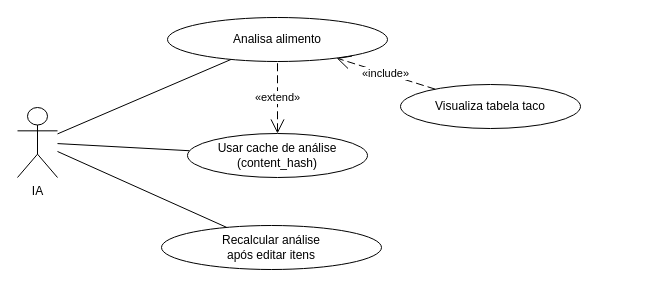
Before: page "IA" (4 of 4) of frontend/CasosDeUso.drawio in israelhub/JacalorIA-CONTADOR-DE-CALORIAS, a draw.io diagram. Source tidied: cells renumbered, new cells numbered last; positions are measured from the earlier drawing's top-left corner, leaving out a move shared by most shapes. Both pictures are drawn from the tidied source at 100%, with x=0, y=0 at pixel (17, 17).
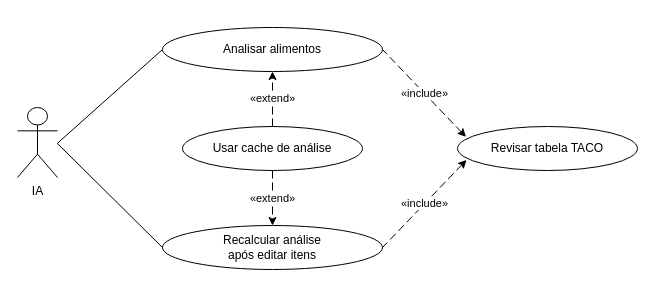
After the change.

Diff of the diagram source:
```diff
@@
 <mxGraphModel>
   <root>
     <mxCell id="0" />
     <mxCell id="1" parent="0" />
     <mxCell id="2" value="IA" style="shape=umlActor;verticalLabelPosition=bottom;verticalAlign=top;html=1;outlineConnect=0;" parent="1" vertex="1">
       <mxGeometry y="90" width="40" height="70" as="geometry" />
     </mxCell>
-    <mxCell id="3" style="endArrow=none;html=1;rounded=0;strokeWidth=1;" parent="1" edge="1" source="2" target="7">
-      <mxGeometry relative="1" as="geometry" />
+    <mxCell id="3" style="endArrow=none;html=1;rounded=0;strokeWidth=1;entryX=0;entryY=0.5;entryDx=0;entryDy=0;" parent="1" edge="1" target="7">
+      <mxGeometry relative="1" as="geometry">
+        <mxPoint x="39.8" y="125.9" as="sourcePoint" />
+      </mxGeometry>
     </mxCell>
-    <mxCell id="4" style="endArrow=none;html=1;rounded=0;strokeWidth=1;" parent="1" edge="1" source="2" target="8">
-      <mxGeometry relative="1" as="geometry" />
-    </mxCell>
-    <mxCell id="5" style="endArrow=none;html=1;rounded=0;strokeWidth=1;" parent="1" edge="1" source="2" target="9">
-      <mxGeometry relative="1" as="geometry" />
+    <mxCell id="5" style="endArrow=none;html=1;rounded=0;strokeWidth=1;entryX=0;entryY=0.5;entryDx=0;entryDy=0;" parent="1" edge="1" target="9">
+      <mxGeometry relative="1" as="geometry">
+        <mxPoint x="39.8" y="125.9" as="sourcePoint" />
+      </mxGeometry>
     </mxCell>
-    <mxCell id="6" value="«extend»" style="startArrow=open;html=1;startSize=12;endArrow=none;dashed=1;dashPattern=8 4;rounded=0;" parent="1" edge="1" source="8" target="7">
+    <mxCell id="6" value="«extend»" style="startArrow=none;html=1;startSize=12;endArrow=classic;dashed=1;dashPattern=8 4;rounded=0;startFill=0;endFill=1;entryX=0.5;entryY=1;entryDx=0;entryDy=0;" parent="1" edge="1" source="8" target="7">
       <mxGeometry relative="1" as="geometry" />
     </mxCell>
-    <mxCell id="7" value="Analisa alimento" style="ellipse;whiteSpace=wrap;html=1;" parent="1" vertex="1">
-      <mxGeometry x="150" width="220" height="44" as="geometry" />
+    <mxCell id="7" value="Analisar alimentos" style="ellipse;whiteSpace=wrap;html=1;" parent="1" vertex="1">
+      <mxGeometry x="145" y="10" width="220" height="44" as="geometry" />
     </mxCell>
-    <mxCell id="8" value="Usar cache de análise&#10;(content_hash)" style="ellipse;whiteSpace=wrap;html=1;" parent="1" vertex="1">
-      <mxGeometry x="170" y="116" width="180" height="44" as="geometry" />
+    <mxCell id="8" value="Usar cache de análise" style="ellipse;whiteSpace=wrap;html=1;" parent="1" vertex="1">
+      <mxGeometry x="165" y="109" width="180" height="44" as="geometry" />
     </mxCell>
     <mxCell id="9" value="Recalcular análise&#10;após editar itens" style="ellipse;whiteSpace=wrap;html=1;" parent="1" vertex="1">
-      <mxGeometry x="144" y="208" width="220" height="44" as="geometry" />
+      <mxGeometry x="145" y="208" width="220" height="44" as="geometry" />
     </mxCell>
-    <mxCell id="10" value="Visualiza tabela taco" style="ellipse;whiteSpace=wrap;html=1;" parent="1" vertex="1">
-      <mxGeometry x="383" y="67" width="180" height="44" as="geometry" />
+    <mxCell id="10" value="Revisar tabela TACO" style="ellipse;whiteSpace=wrap;html=1;" parent="1" vertex="1">
+      <mxGeometry x="440" y="109" width="180" height="44" as="geometry" />
     </mxCell>
-    <mxCell id="11" value="«include»" style="endArrow=open;html=1;endSize=12;dashed=1;dashPattern=8 4;rounded=0;" parent="1" edge="1" source="10" target="7">
+    <mxCell id="11" value="«include»" style="endArrow=none;html=1;endSize=12;dashed=1;dashPattern=8 4;rounded=0;startArrow=classic;startFill=1;endFill=0;entryX=1;entryY=0.5;entryDx=0;entryDy=0;exitX=0.047;exitY=0.236;exitDx=0;exitDy=0;exitPerimeter=0;" parent="1" edge="1" source="10" target="7">
       <mxGeometry relative="1" as="geometry" />
     </mxCell>
+    <mxCell id="12" value="«include»" style="endArrow=none;html=1;endSize=12;dashed=1;dashPattern=8 4;rounded=0;startArrow=classic;startFill=1;endFill=0;entryX=1;entryY=0.5;entryDx=0;entryDy=0;exitX=0.05;exitY=0.76;exitDx=0;exitDy=0;exitPerimeter=0;" parent="1" edge="1" source="10" target="9">
+      <mxGeometry relative="1" as="geometry" />
+    </mxCell>
+    <mxCell id="13" value="«extend»" style="startArrow=none;html=1;startSize=12;endArrow=classic;dashed=1;dashPattern=8 4;rounded=0;startFill=0;endFill=1;entryX=0.5;entryY=0;entryDx=0;entryDy=0;exitX=0.5;exitY=1;exitDx=0;exitDy=0;" parent="1" edge="1" source="8" target="9">
+      <mxGeometry relative="1" as="geometry" />
+    </mxCell>
   </root>
 </mxGraphModel>
```
